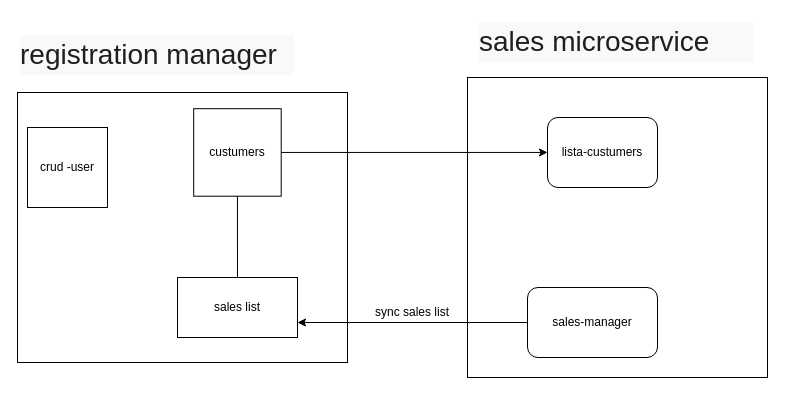
Before: microsserviço-golang.drawio in peacevan/diagramas, a draw.io diagram. Source tidied: cells renumbered, new cells numbered last; positions are measured from the earlier drawing's top-left corner, leaving out a move shared by most shapes. Both pictures are drawn from the tidied source at 100%, with x=0, y=0 at pixel (17, 17).
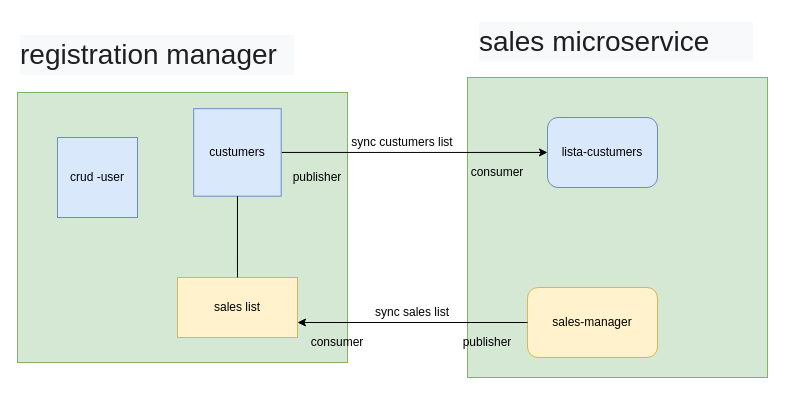
After the change.

Change to the diagram source:
```diff
@@
 <mxGraphModel>
   <root>
     <mxCell id="0" />
     <mxCell id="1" parent="0" />
-    <mxCell id="2" style="rounded=0;whiteSpace=wrap;html=1;" parent="1" vertex="1">
+    <mxCell id="2" style="rounded=0;whiteSpace=wrap;html=1;fillColor=#d5e8d4;strokeColor=#82b366;" parent="1" vertex="1">
       <mxGeometry y="75" width="330" height="270" as="geometry" />
     </mxCell>
-    <mxCell id="3" style="whiteSpace=wrap;html=1;" parent="1" vertex="1">
+    <mxCell id="3" style="whiteSpace=wrap;html=1;fillColor=#d5e8d4;strokeColor=#82b366;" parent="1" vertex="1">
       <mxGeometry x="450" y="60" width="300" height="300" as="geometry" />
     </mxCell>
     <mxCell id="4" value="&#10;&lt;pre style=&quot;unicode-bidi: isolate; font-size: 28px; line-height: 36px; background-color: rgb(248, 249, 250); border: none; padding: 2px 0.14em 2px 0px; position: relative; margin: -2px 0px; resize: none; font-family: inherit; overflow: hidden; text-align: left; width: 270px; white-space: pre-wrap; overflow-wrap: break-word; color: rgb(31, 31, 31); font-style: normal; font-variant-ligatures: normal; font-variant-caps: normal; font-weight: 400; letter-spacing: normal; orphans: 2; text-indent: 0px; text-transform: none; widows: 2; word-spacing: 0px; -webkit-text-stroke-width: 0px; text-decoration-thickness: initial; text-decoration-style: initial; text-decoration-color: initial;&quot; dir=&quot;ltr&quot; aria-label=&quot;Texto traduzido&quot; id=&quot;tw-target-text&quot; class=&quot;tw-data-text tw-text-large tw-ta&quot;&gt;&lt;span lang=&quot;en&quot; class=&quot;Y2IQFc&quot;&gt;registration manager&lt;/span&gt;&lt;/pre&gt;&#10;&#10;" style="text;html=1;align=center;verticalAlign=middle;whiteSpace=wrap;rounded=0;" parent="1" vertex="1">
       <mxGeometry x="60" y="30" width="160" height="30" as="geometry" />
     </mxCell>
     <mxCell id="5" value="&lt;pre class=&quot;tw-data-text tw-text-large tw-ta&quot; id=&quot;tw-target-text&quot; aria-label=&quot;Texto traduzido&quot; dir=&quot;ltr&quot; style=&quot;unicode-bidi: isolate; font-size: 28px; line-height: 36px; background-color: rgb(248, 249, 250); border: none; padding: 2px 0.14em 2px 0px; position: relative; margin: -2px 0px; resize: none; font-family: inherit; overflow: hidden; text-align: left; width: 270px; white-space: pre-wrap; overflow-wrap: break-word; color: rgb(31, 31, 31); font-style: normal; font-variant-ligatures: normal; font-variant-caps: normal; font-weight: 400; letter-spacing: normal; orphans: 2; text-indent: 0px; text-transform: none; widows: 2; word-spacing: 0px; -webkit-text-stroke-width: 0px; text-decoration-thickness: initial; text-decoration-style: initial; text-decoration-color: initial;&quot;&gt;&lt;span class=&quot;Y2IQFc&quot; lang=&quot;en&quot;&gt;sales microservice&lt;/span&gt;&lt;/pre&gt;" style="text;whiteSpace=wrap;html=1;" parent="1" vertex="1">
       <mxGeometry x="460" width="310" height="60" as="geometry" />
     </mxCell>
     <mxCell id="6" style="edgeStyle=orthogonalEdgeStyle;rounded=0;jettySize=auto;html=1;exitX=1;exitY=0.5;exitDx=0;exitDy=0;" parent="1" edge="1" source="7" target="9">
       <mxGeometry relative="1" as="geometry" />
     </mxCell>
-    <mxCell id="7" value="custumers" style="whiteSpace=wrap;html=1;" parent="1" vertex="1">
+    <mxCell id="7" value="custumers" style="whiteSpace=wrap;html=1;fillColor=#dae8fc;strokeColor=#6c8ebf;" parent="1" vertex="1">
       <mxGeometry x="176.2" y="91.2" width="87.5" height="87.5" as="geometry" />
     </mxCell>
-    <mxCell id="8" value="crud -user" style="whiteSpace=wrap;html=1;" parent="1" vertex="1">
-      <mxGeometry x="10" y="110" width="80" height="80" as="geometry" />
+    <mxCell id="8" value="crud -user" style="whiteSpace=wrap;html=1;fillColor=#dae8fc;strokeColor=#6c8ebf;" parent="1" vertex="1">
+      <mxGeometry x="40" y="120" width="80" height="80" as="geometry" />
     </mxCell>
-    <mxCell id="9" value="lista-custumers" style="rounded=1;whiteSpace=wrap;html=1;" parent="1" vertex="1">
+    <mxCell id="9" value="lista-custumers" style="rounded=1;whiteSpace=wrap;html=1;fillColor=#dae8fc;strokeColor=#6c8ebf;" parent="1" vertex="1">
       <mxGeometry x="530" y="100" width="110" height="70" as="geometry" />
     </mxCell>
-    <mxCell id="10" value="sales list" style="rounded=0;whiteSpace=wrap;html=1;" parent="1" vertex="1">
+    <mxCell id="10" value="sales list" style="rounded=0;whiteSpace=wrap;html=1;fillColor=#fff2cc;strokeColor=#d6b656;" parent="1" vertex="1">
       <mxGeometry x="160" y="260" width="120" height="60" as="geometry" />
     </mxCell>
-    <mxCell id="11" value="sales-manager" style="rounded=1;whiteSpace=wrap;html=1;" parent="1" vertex="1">
+    <mxCell id="11" value="sales-manager" style="rounded=1;whiteSpace=wrap;html=1;fillColor=#fff2cc;strokeColor=#d6b656;" parent="1" vertex="1">
       <mxGeometry x="510" y="270" width="130" height="70" as="geometry" />
     </mxCell>
     <mxCell id="12" style="endArrow=classic;html=1;rounded=0;entryX=1;entryY=0.75;entryDx=0;entryDy=0;" parent="1" edge="1" source="11" target="10">
       <mxGeometry relative="1" as="geometry" />
     </mxCell>
     <mxCell id="13" value="sync sales list" style="text;html=1;align=center;verticalAlign=middle;whiteSpace=wrap;rounded=0;" parent="1" vertex="1">
       <mxGeometry x="350" y="280" width="90" height="30" as="geometry" />
     </mxCell>
     <mxCell id="14" style="endArrow=none;html=1;rounded=0;" parent="1" edge="1" source="10" target="7">
       <mxGeometry relative="1" as="geometry" />
     </mxCell>
+    <mxCell id="15" value="sync custumers list" style="text;html=1;align=center;verticalAlign=middle;whiteSpace=wrap;rounded=0;" parent="1" vertex="1">
+      <mxGeometry x="330" y="110" width="110" height="30" as="geometry" />
+    </mxCell>
+    <mxCell id="16" value="consumer" style="text;html=1;align=center;verticalAlign=middle;whiteSpace=wrap;rounded=0;" parent="1" vertex="1">
+      <mxGeometry x="290" y="310" width="60" height="30" as="geometry" />
+    </mxCell>
+    <mxCell id="17" value="publisher" style="text;html=1;align=center;verticalAlign=middle;whiteSpace=wrap;rounded=0;" parent="1" vertex="1">
+      <mxGeometry x="440" y="310" width="60" height="30" as="geometry" />
+    </mxCell>
+    <mxCell id="18" value="publisher" style="text;html=1;align=center;verticalAlign=middle;whiteSpace=wrap;rounded=0;" parent="1" vertex="1">
+      <mxGeometry x="270" y="145" width="60" height="30" as="geometry" />
+    </mxCell>
+    <mxCell id="19" value="consumer" style="text;html=1;align=center;verticalAlign=middle;whiteSpace=wrap;rounded=0;" parent="1" vertex="1">
+      <mxGeometry x="450" y="140" width="60" height="30" as="geometry" />
+    </mxCell>
   </root>
 </mxGraphModel>
```
